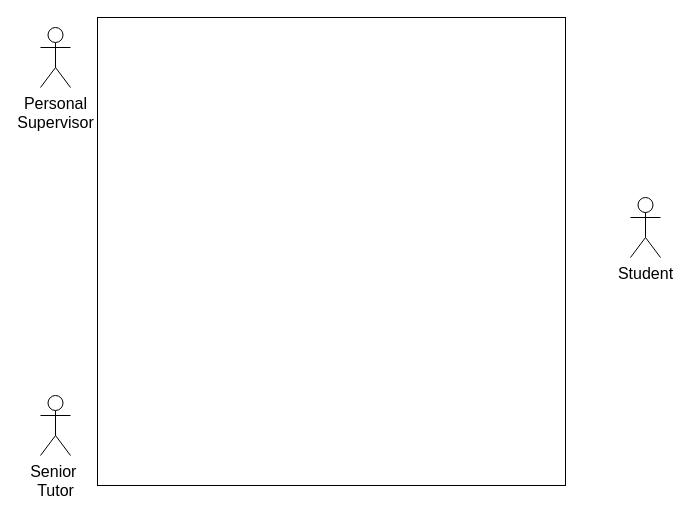
Earlier version of the draw.io diagram Untitled Diagram.drawio (MariaSpencer/git_practice). Source tidied: cells renumbered, new cells numbered last; positions are measured from the earlier drawing's top-left corner, leaving out a move shared by most shapes. Both pictures are drawn from the tidied source at 100%, with x=0, y=0 at pixel (40, 17).
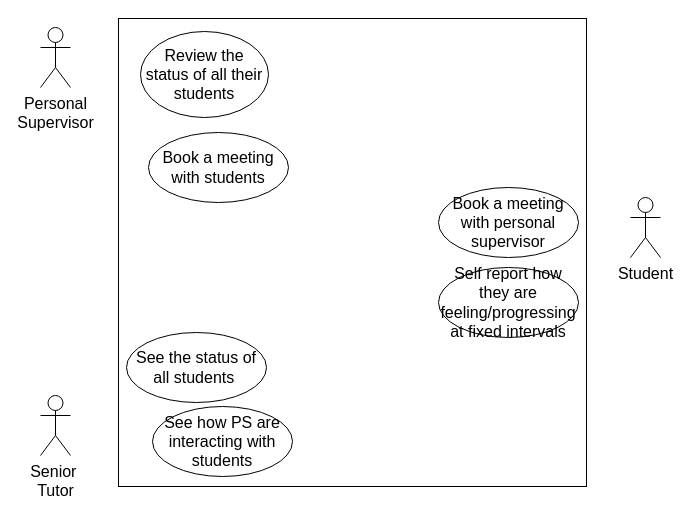
After the change.

Commit message:
Added some use cases

Diff of the diagram source:
```diff
@@
 <mxGraphModel>
   <root>
     <mxCell id="0" />
     <mxCell id="1" parent="0" />
     <mxCell id="2" style="whiteSpace=wrap;html=1;fontSize=16;" parent="1" vertex="1">
-      <mxGeometry x="57" width="468" height="468" as="geometry" />
+      <mxGeometry x="78" y="1" width="468" height="468" as="geometry" />
     </mxCell>
     <mxCell id="3" value="Senior&amp;nbsp;&lt;br&gt;Tutor" style="shape=umlActor;verticalLabelPosition=bottom;verticalAlign=top;html=1;fontSize=16;" parent="1" vertex="1">
       <mxGeometry y="378" width="30" height="60" as="geometry" />
     </mxCell>
     <mxCell id="4" value="Student" style="shape=umlActor;verticalLabelPosition=bottom;verticalAlign=top;html=1;fontSize=16;" parent="1" vertex="1">
       <mxGeometry x="590" y="180" width="30" height="60" as="geometry" />
     </mxCell>
     <mxCell id="5" value="Personal &lt;br&gt;Supervisor" style="shape=umlActor;verticalLabelPosition=bottom;verticalAlign=top;html=1;fontSize=16;" parent="1" vertex="1">
       <mxGeometry y="10" width="30" height="60" as="geometry" />
     </mxCell>
+    <mxCell id="6" value="Review the status of all their students" style="ellipse;whiteSpace=wrap;html=1;fontSize=16;" parent="1" vertex="1">
+      <mxGeometry x="100" y="14" width="128" height="86" as="geometry" />
+    </mxCell>
+    <mxCell id="7" value="Book a meeting with students" style="ellipse;whiteSpace=wrap;html=1;fontSize=16;" parent="1" vertex="1">
+      <mxGeometry x="108" y="115" width="140" height="70" as="geometry" />
+    </mxCell>
+    <mxCell id="8" value="Book a meeting with personal supervisor" style="ellipse;whiteSpace=wrap;html=1;fontSize=16;" parent="1" vertex="1">
+      <mxGeometry x="398" y="170" width="140" height="70" as="geometry" />
+    </mxCell>
+    <mxCell id="9" value="See the status of all students&amp;nbsp;" style="ellipse;whiteSpace=wrap;html=1;fontSize=16;" parent="1" vertex="1">
+      <mxGeometry x="86" y="315" width="140" height="70" as="geometry" />
+    </mxCell>
+    <mxCell id="10" value="See how PS are interacting with students" style="ellipse;whiteSpace=wrap;html=1;fontSize=16;" parent="1" vertex="1">
+      <mxGeometry x="112" y="389" width="140" height="70" as="geometry" />
+    </mxCell>
+    <mxCell id="11" value="Self report how they are feeling/progressing at fixed intervals" style="ellipse;whiteSpace=wrap;html=1;fontSize=16;" parent="1" vertex="1">
+      <mxGeometry x="398" y="250" width="140" height="70" as="geometry" />
+    </mxCell>
   </root>
 </mxGraphModel>
```
